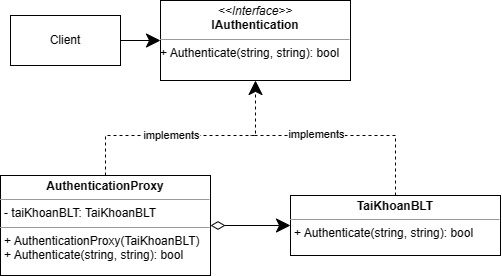
Before: UML/Proxy.png, a diagram exported from draw.io (anhkhoa1597/QuanLyNhaSach). Source tidied: cells renumbered, new cells last; positions are measured from the earlier drawing's top-left corner, leaving out a move shared by most shapes.
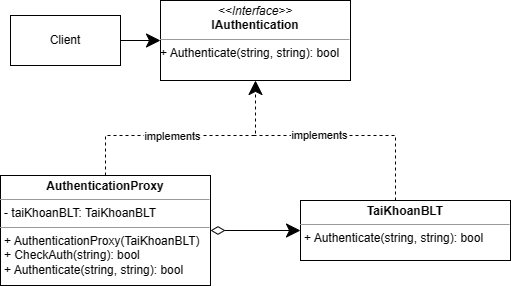
After the change.

The edit, as a diff of the source:
```diff
@@ -25,8 +25,8 @@
     <mxCell id="7" style="edgeStyle=orthogonalEdgeStyle;rounded=0;jettySize=auto;html=1;entryX=0;entryY=0.5;entryDx=0;entryDy=0;startArrow=diamondThin;startFill=0;endSize=12;startSize=12;" parent="1" edge="1" source="8" target="11">
       <mxGeometry relative="1" as="geometry" />
     </mxCell>
-    <mxCell id="8" value="&lt;p style=&quot;margin:0px;margin-top:4px;text-align:center;&quot;&gt;&lt;b&gt;AuthenticationProxy&lt;/b&gt;&lt;br&gt;&lt;/p&gt;&lt;hr size=&quot;1&quot;&gt;&lt;p style=&quot;margin:0px;margin-left:4px;&quot;&gt;- taiKhoanBLT: TaiKhoanBLT&lt;/p&gt;&lt;hr size=&quot;1&quot;&gt;&lt;p style=&quot;margin:0px;margin-left:4px;&quot;&gt;+&amp;nbsp;AuthenticationProxy(TaiKhoanBLT)&lt;/p&gt;&lt;p style=&quot;margin:0px;margin-left:4px;&quot;&gt;+ Authenticate(string, string): bool&lt;br&gt;&lt;/p&gt;" style="verticalAlign=top;align=left;overflow=fill;fontSize=12;fontFamily=Helvetica;html=1;whiteSpace=wrap;" parent="1" vertex="1">
-      <mxGeometry y="175" width="210" height="100" as="geometry" />
+    <mxCell id="8" value="&lt;p style=&quot;margin:0px;margin-top:4px;text-align:center;&quot;&gt;&lt;b&gt;AuthenticationProxy&lt;/b&gt;&lt;br&gt;&lt;/p&gt;&lt;hr size=&quot;1&quot;&gt;&lt;p style=&quot;margin:0px;margin-left:4px;&quot;&gt;- taiKhoanBLT: TaiKhoanBLT&lt;/p&gt;&lt;hr size=&quot;1&quot;&gt;&lt;p style=&quot;margin:0px;margin-left:4px;&quot;&gt;+&amp;nbsp;AuthenticationProxy(TaiKhoanBLT)&lt;/p&gt;&lt;p style=&quot;margin:0px;margin-left:4px;&quot;&gt;+ CheckAuth(string): bool&lt;/p&gt;&lt;p style=&quot;margin:0px;margin-left:4px;&quot;&gt;+ Authenticate(string, string): bool&lt;br&gt;&lt;/p&gt;" style="verticalAlign=top;align=left;overflow=fill;fontSize=12;fontFamily=Helvetica;html=1;whiteSpace=wrap;" parent="1" vertex="1">
+      <mxGeometry y="175" width="210" height="110" as="geometry" />
     </mxCell>
     <mxCell id="9" style="edgeStyle=orthogonalEdgeStyle;rounded=0;jettySize=auto;html=1;endArrow=none;endFill=0;dashed=1;endSize=12;startSize=12;" parent="1" edge="1" source="11">
       <mxGeometry relative="1" as="geometry">
@@ -40,7 +40,7 @@
       <mxGeometry x="0.36" y="-1" relative="1" as="geometry" />
     </mxCell>
     <mxCell id="11" value="&lt;p style=&quot;margin:0px;margin-top:4px;text-align:center;&quot;&gt;&lt;b&gt;TaiKhoanBLT&lt;/b&gt;&lt;/p&gt;&lt;hr size=&quot;1&quot;&gt;&lt;p style=&quot;margin:0px;margin-left:4px;&quot;&gt;&lt;span style=&quot;background-color: initial;&quot;&gt;+ Authenticate(string, string): bool&lt;/span&gt;&lt;br&gt;&lt;/p&gt;" style="verticalAlign=top;align=left;overflow=fill;fontSize=12;fontFamily=Helvetica;html=1;whiteSpace=wrap;" parent="1" vertex="1">
-      <mxGeometry x="290" y="195" width="210" height="60" as="geometry" />
+      <mxGeometry x="300" y="200" width="210" height="60" as="geometry" />
     </mxCell>
   </root>
 </mxGraphModel>
```
